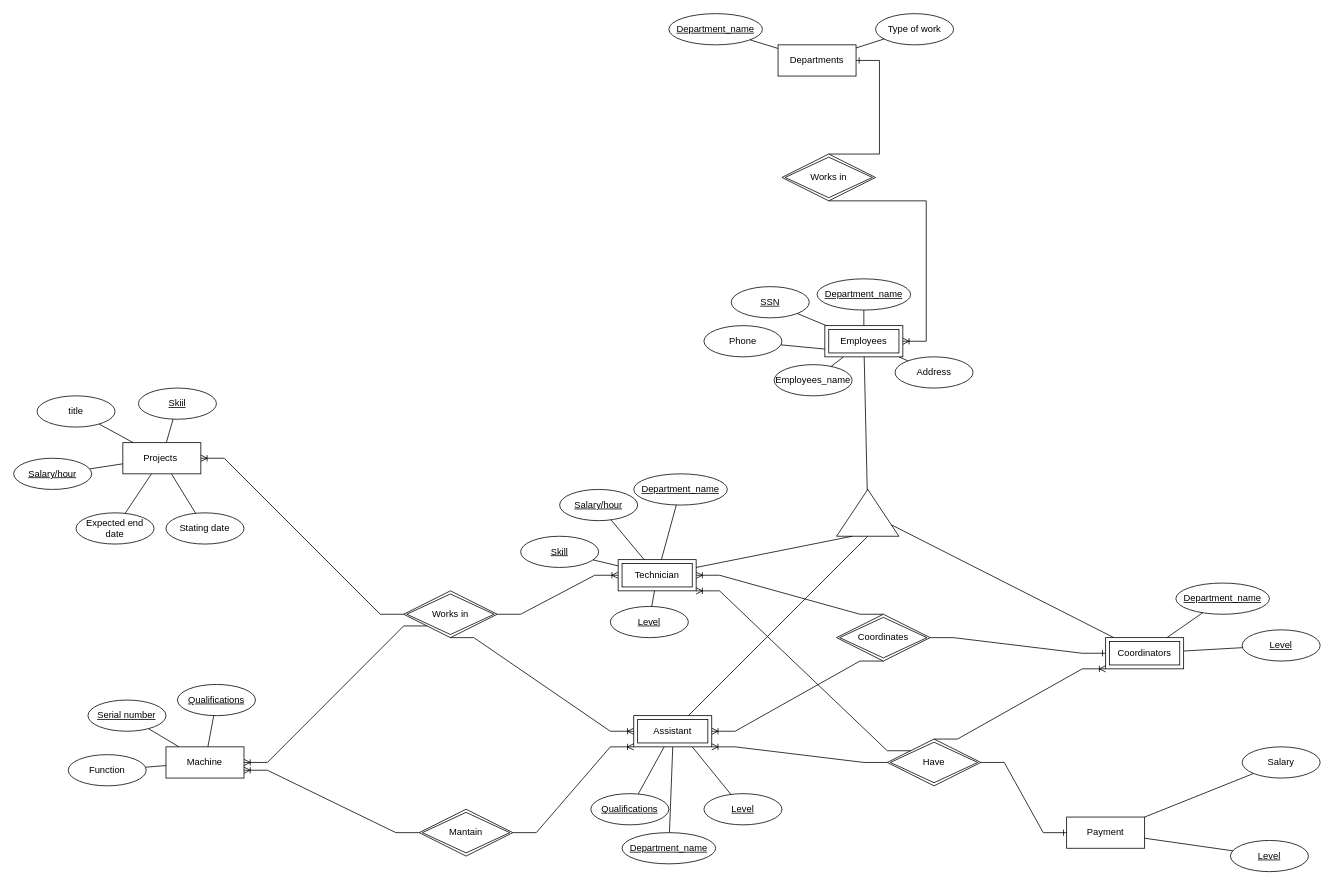
This is Bridge Company Diagram.drawio from TrungNgo21/ERD_SQL, a draw.io file, before an edit. Source tidied: cells renumbered, new cells numbered last; positions are measured from the earlier drawing's top-left corner, leaving out a move shared by most shapes. Both pictures are drawn from the tidied source at 78%, with x=0, y=0 at pixel (13, 13).
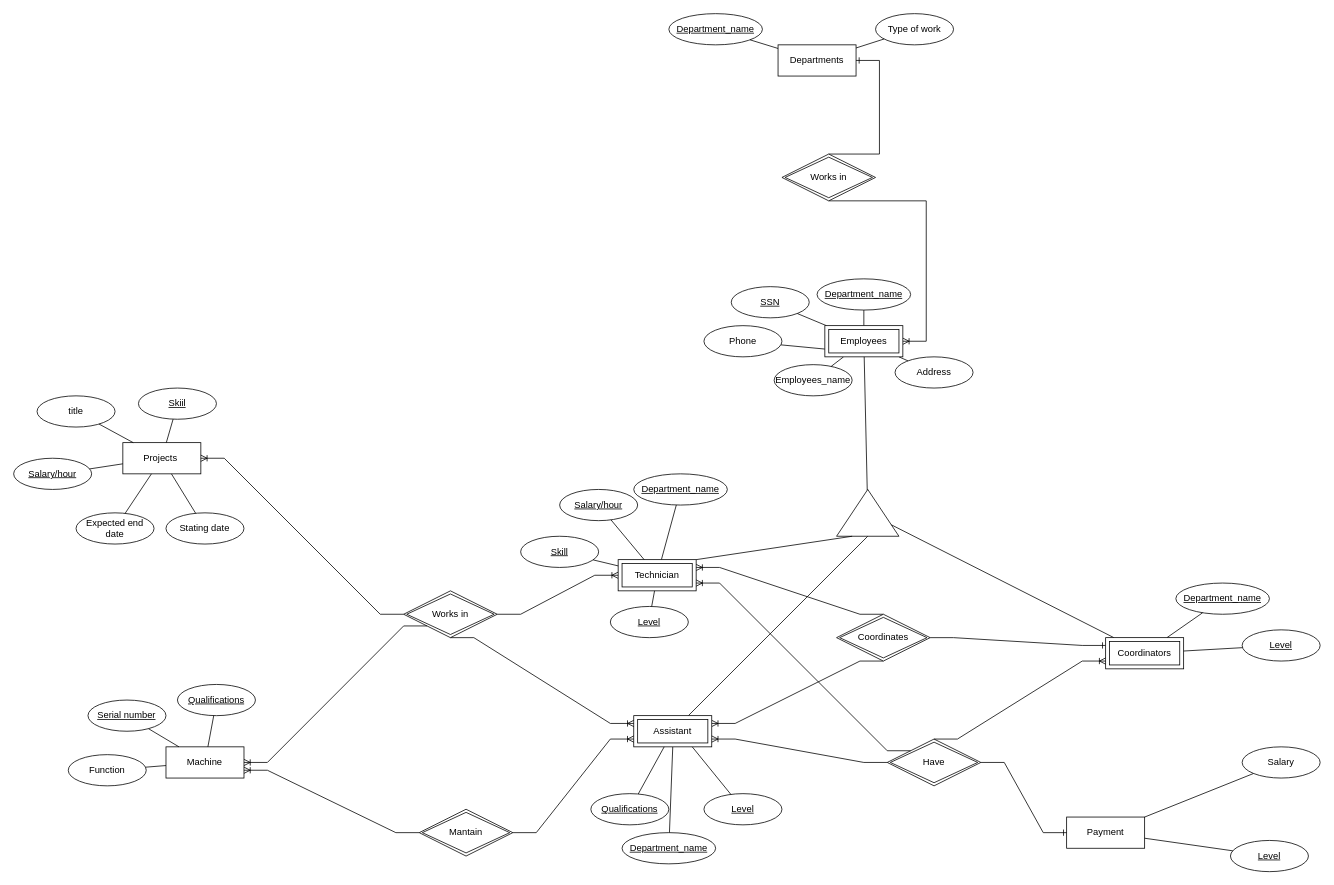
After the change.

The change refers to these unchanged cells:
```xml
<mxCell id="6" style="triangle;whiteSpace=wrap;html=1;direction=north;" parent="1" vertex="1">
  <mxGeometry x="1055" y="610" width="80" height="60" as="geometry" />
</mxCell>
<mxCell id="24" value="Coordinates" style="shape=rhombus;double=1;perimeter=rhombusPerimeter;whiteSpace=wrap;html=1;align=center;" parent="1" vertex="1">
  <mxGeometry x="1055" y="770" width="120" height="60" as="geometry" />
</mxCell>
<mxCell id="33" value="Coordinators" style="shape=ext;margin=3;double=1;whiteSpace=wrap;html=1;align=center;" parent="1" vertex="1">
  <mxGeometry x="1400" y="800" width="100" height="40" as="geometry" />
</mxCell>
<mxCell id="37" value="Works in" style="shape=rhombus;double=1;perimeter=rhombusPerimeter;whiteSpace=wrap;html=1;align=center;" parent="1" vertex="1">
  <mxGeometry x="500" y="740" width="120" height="60" as="geometry" />
</mxCell>
<mxCell id="42" value="Technician" style="shape=ext;margin=3;double=1;whiteSpace=wrap;html=1;align=center;" parent="1" vertex="1">
  <mxGeometry x="775" y="700" width="100" height="40" as="geometry" />
</mxCell>
<mxCell id="47" value="Assistant" style="shape=ext;margin=3;double=1;whiteSpace=wrap;html=1;align=center;" parent="1" vertex="1">
  <mxGeometry x="795" y="900" width="100" height="40" as="geometry" />
</mxCell>
<mxCell id="62" value="Mantain" style="shape=rhombus;double=1;perimeter=rhombusPerimeter;whiteSpace=wrap;html=1;align=center;" parent="1" vertex="1">
  <mxGeometry x="520" y="1020" width="120" height="60" as="geometry" />
</mxCell>
<mxCell id="83" value="Have" style="shape=rhombus;double=1;perimeter=rhombusPerimeter;whiteSpace=wrap;html=1;align=center;" parent="1" vertex="1">
  <mxGeometry x="1120" y="930" width="120" height="60" as="geometry" />
</mxCell>
```

Diff of the diagram source:
```diff
@@
-    <mxCell id="19" style="edgeStyle=entityRelationEdgeStyle;fontSize=12;html=1;endArrow=ERone;endFill=1;rounded=0;" parent="1" edge="1" source="24" target="33">
+    <mxCell id="19" style="edgeStyle=entityRelationEdgeStyle;fontSize=12;html=1;endArrow=ERone;endFill=1;rounded=0;entryX=0;entryY=0.25;entryDx=0;entryDy=0;" parent="1" edge="1" source="24" target="33">
       <mxGeometry relative="1" as="geometry" />
     </mxCell>
@@
-    <mxCell id="21" style="edgeStyle=entityRelationEdgeStyle;fontSize=12;html=1;endArrow=ERoneToMany;rounded=0;exitX=0.5;exitY=0;exitDx=0;exitDy=0;" parent="1" edge="1" source="24" target="42">
+    <mxCell id="21" style="edgeStyle=entityRelationEdgeStyle;fontSize=12;html=1;endArrow=ERoneToMany;rounded=0;exitX=0.5;exitY=0;exitDx=0;exitDy=0;entryX=1;entryY=0.25;entryDx=0;entryDy=0;" parent="1" edge="1" source="24" target="42">
       <mxGeometry relative="1" as="geometry" />
     </mxCell>
-    <mxCell id="22" style="edgeStyle=entityRelationEdgeStyle;fontSize=12;html=1;endArrow=ERoneToMany;rounded=0;exitX=0.5;exitY=1;exitDx=0;exitDy=0;entryX=1;entryY=0.5;entryDx=0;entryDy=0;" parent="1" edge="1" source="24" target="47">
+    <mxCell id="22" style="edgeStyle=entityRelationEdgeStyle;fontSize=12;html=1;endArrow=ERoneToMany;rounded=0;exitX=0.5;exitY=1;exitDx=0;exitDy=0;entryX=1;entryY=0.25;entryDx=0;entryDy=0;" parent="1" edge="1" source="24" target="47">
       <mxGeometry relative="1" as="geometry" />
     </mxCell>
@@
-    <mxCell id="43" style="endArrow=none;html=1;rounded=0;entryX=0;entryY=0.25;entryDx=0;entryDy=0;" parent="1" edge="1" source="42" target="6">
+    <mxCell id="43" style="endArrow=none;html=1;rounded=0;entryX=0;entryY=0.25;entryDx=0;entryDy=0;exitX=1;exitY=0;exitDx=0;exitDy=0;" parent="1" edge="1" source="42" target="6">
       <mxGeometry relative="1" as="geometry" />
     </mxCell>
@@
-    <mxCell id="56" style="edgeStyle=entityRelationEdgeStyle;fontSize=12;html=1;endArrow=ERoneToMany;rounded=0;exitX=0.5;exitY=1;exitDx=0;exitDy=0;" parent="1" edge="1" source="37" target="47">
+    <mxCell id="56" style="edgeStyle=entityRelationEdgeStyle;fontSize=12;html=1;endArrow=ERoneToMany;rounded=0;exitX=0.5;exitY=1;exitDx=0;exitDy=0;entryX=0;entryY=0.25;entryDx=0;entryDy=0;" parent="1" edge="1" source="37" target="47">
       <mxGeometry relative="1" as="geometry" />
     </mxCell>
@@
-    <mxCell id="66" style="edgeStyle=entityRelationEdgeStyle;fontSize=12;html=1;endArrow=ERoneToMany;rounded=0;entryX=0;entryY=1;entryDx=0;entryDy=0;" parent="1" edge="1" source="62" target="47">
+    <mxCell id="66" style="edgeStyle=entityRelationEdgeStyle;fontSize=12;html=1;endArrow=ERoneToMany;rounded=0;entryX=0;entryY=0.75;entryDx=0;entryDy=0;" parent="1" edge="1" source="62" target="47">
       <mxGeometry relative="1" as="geometry" />
     </mxCell>
@@
-    <mxCell id="84" style="edgeStyle=entityRelationEdgeStyle;fontSize=12;html=1;endArrow=ERoneToMany;rounded=0;entryX=1;entryY=1;entryDx=0;entryDy=0;" parent="1" edge="1" source="83" target="47">
+    <mxCell id="84" style="edgeStyle=entityRelationEdgeStyle;fontSize=12;html=1;endArrow=ERoneToMany;rounded=0;entryX=1;entryY=0.75;entryDx=0;entryDy=0;" parent="1" edge="1" source="83" target="47">
       <mxGeometry relative="1" as="geometry" />
     </mxCell>
-    <mxCell id="85" style="edgeStyle=entityRelationEdgeStyle;fontSize=12;html=1;endArrow=ERoneToMany;rounded=0;exitX=0;exitY=0;exitDx=0;exitDy=0;entryX=1;entryY=1;entryDx=0;entryDy=0;" parent="1" edge="1" source="83" target="42">
+    <mxCell id="85" style="edgeStyle=entityRelationEdgeStyle;fontSize=12;html=1;endArrow=ERoneToMany;rounded=0;exitX=0;exitY=0;exitDx=0;exitDy=0;entryX=1;entryY=0.75;entryDx=0;entryDy=0;" parent="1" edge="1" source="83" target="42">
       <mxGeometry relative="1" as="geometry" />
     </mxCell>
-    <mxCell id="86" style="edgeStyle=entityRelationEdgeStyle;fontSize=12;html=1;endArrow=ERoneToMany;rounded=0;exitX=0.5;exitY=0;exitDx=0;exitDy=0;entryX=0;entryY=1;entryDx=0;entryDy=0;" parent="1" edge="1" source="83" target="33">
+    <mxCell id="86" style="edgeStyle=entityRelationEdgeStyle;fontSize=12;html=1;endArrow=ERoneToMany;rounded=0;exitX=0.5;exitY=0;exitDx=0;exitDy=0;entryX=0;entryY=0.75;entryDx=0;entryDy=0;" parent="1" edge="1" source="83" target="33">
       <mxGeometry relative="1" as="geometry" />
     </mxCell>
```
